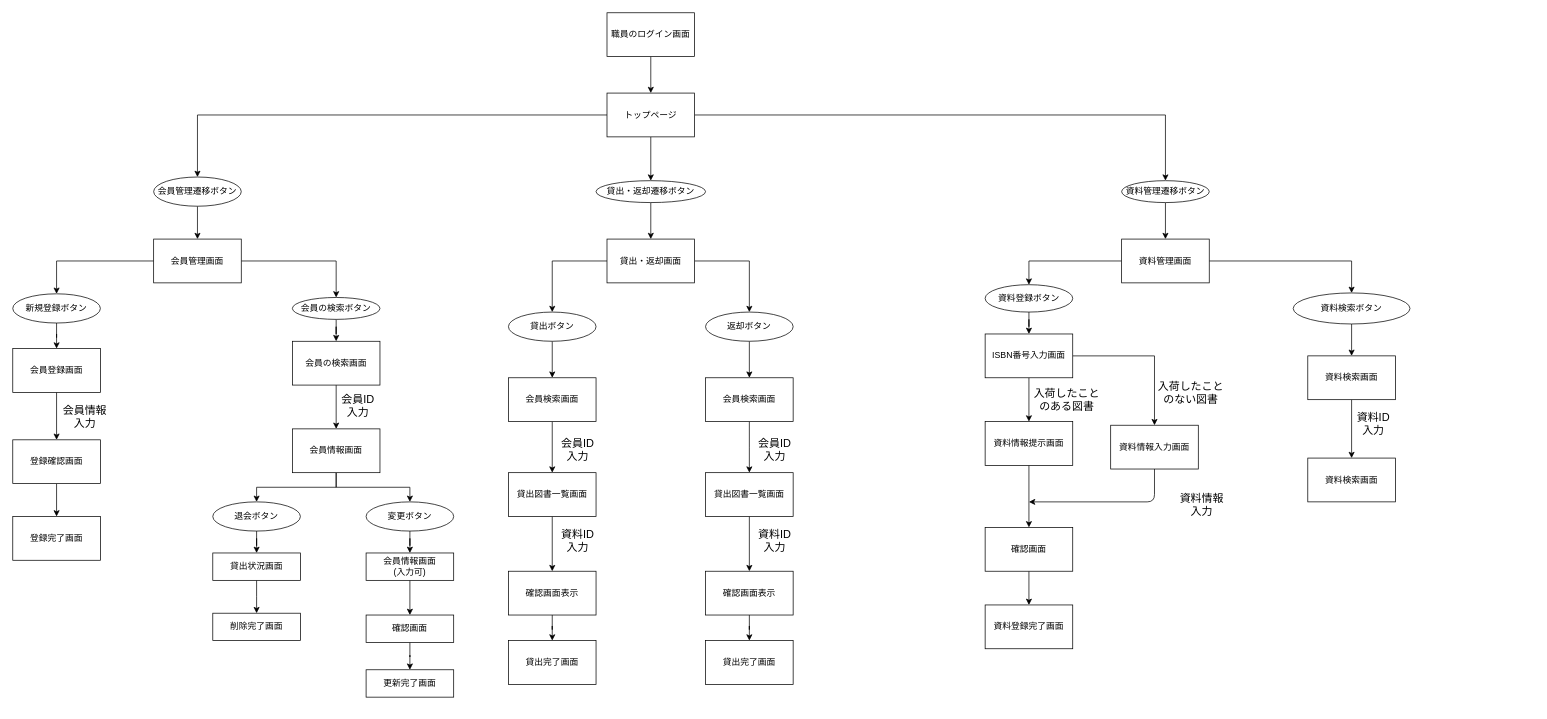
This is 開発演習ドキュメント/図書管理システム/成果物テンプレート/20_外部設計/画面遷移図.drawio from LovesPython/LibraryManagementSystem, a draw.io file, before an edit. Source tidied: cells renumbered, new cells numbered last; positions are measured from the earlier drawing's top-left corner, leaving out a move shared by most shapes. Both pictures are drawn from the tidied source at 73%, with x=0, y=0 at pixel (12, 12).
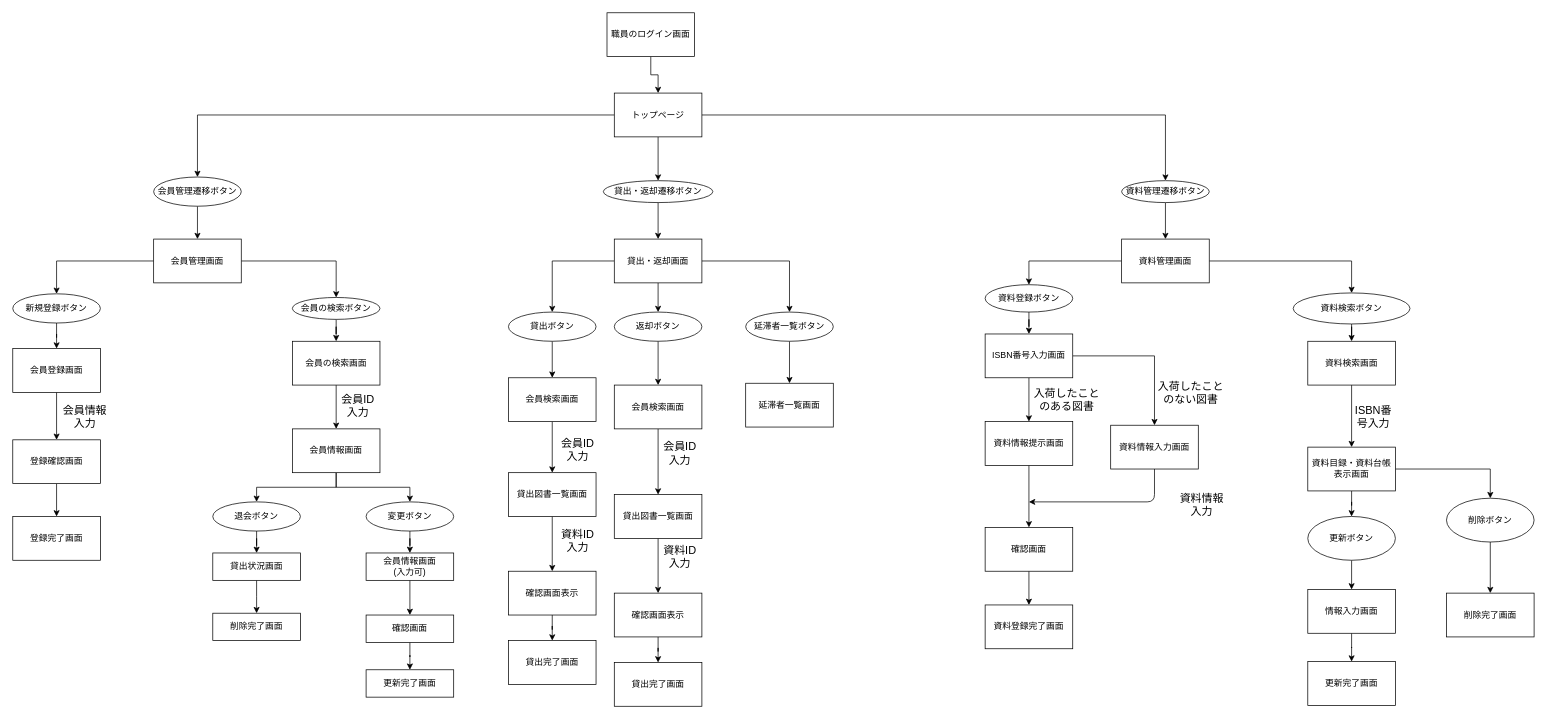
The same page after the edit.

Commit message:
画面遷移図完成0615/11:57

Diff of the diagram source:
```diff
@@
     <mxCell id="5" value="トップページ" style="rounded=0;whiteSpace=wrap;html=1;" parent="1" vertex="1">
-      <mxGeometry x="814" y="110" width="120" height="60" as="geometry" />
+      <mxGeometry x="824" y="110" width="120" height="60" as="geometry" />
     </mxCell>
@@
     <mxCell id="11" value="貸出・返却遷移ボタン" style="ellipse;whiteSpace=wrap;html=1;rounded=0;" parent="1" vertex="1">
-      <mxGeometry x="799" y="230" width="150" height="30" as="geometry" />
+      <mxGeometry x="809" y="230" width="150" height="30" as="geometry" />
     </mxCell>
@@
+    <mxCell id="94" style="edgeStyle=orthogonalEdgeStyle;rounded=0;jettySize=auto;html=1;" parent="1" edge="1" source="14" target="106">
+      <mxGeometry relative="1" as="geometry" />
+    </mxCell>
     <mxCell id="14" value="貸出・返却画面" style="whiteSpace=wrap;html=1;rounded=0;" parent="1" vertex="1">
-      <mxGeometry x="814" y="310" width="120" height="60" as="geometry" />
+      <mxGeometry x="824" y="310" width="120" height="60" as="geometry" />
     </mxCell>
@@
     <mxCell id="30" value="返却ボタン" style="ellipse;whiteSpace=wrap;html=1;rounded=0;" parent="1" vertex="1">
-      <mxGeometry x="949" y="410" width="120" height="40" as="geometry" />
+      <mxGeometry x="824" y="410" width="120" height="40" as="geometry" />
     </mxCell>
@@
     <mxCell id="43" value="資料検索画面" style="whiteSpace=wrap;html=1;rounded=0;" parent="1" vertex="1">
-      <mxGeometry x="1774" y="470" width="120" height="60" as="geometry" />
+      <mxGeometry x="1774" y="450" width="120" height="60" as="geometry" />
     </mxCell>
@@
     <mxCell id="60" value="貸出図書一覧画面" style="whiteSpace=wrap;html=1;rounded=0;" parent="1" vertex="1">
-      <mxGeometry x="949" y="630" width="120" height="60" as="geometry" />
+      <mxGeometry x="824" y="660" width="120" height="60" as="geometry" />
     </mxCell>
-    <mxCell id="61" style="edgeStyle=orthogonalEdgeStyle;rounded=0;jettySize=auto;html=1;" parent="1" edge="1" source="62">
-      <mxGeometry relative="1" as="geometry">
-        <mxPoint x="1009" y="630" as="targetPoint" />
-      </mxGeometry>
+    <mxCell id="61" style="edgeStyle=orthogonalEdgeStyle;rounded=0;jettySize=auto;html=1;exitX=0.5;exitY=1;exitDx=0;exitDy=0;entryX=0.5;entryY=0;entryDx=0;entryDy=0;" parent="1" edge="1" source="62" target="60">
+      <mxGeometry relative="1" as="geometry" />
     </mxCell>
     <mxCell id="62" value="会員検索画面" style="whiteSpace=wrap;html=1;rounded=0;" parent="1" vertex="1">
-      <mxGeometry x="949" y="500" width="120" height="60" as="geometry" />
+      <mxGeometry x="824" y="510" width="120" height="60" as="geometry" />
     </mxCell>
     <mxCell id="63" value="&lt;font style=&quot;font-size: 15px&quot;&gt;会員ID入力&lt;/font&gt;" style="text;html=1;strokeColor=none;fillColor=none;align=center;verticalAlign=middle;whiteSpace=wrap;rounded=0;" parent="1" vertex="1">
-      <mxGeometry x="1014" y="565" width="60" height="65" as="geometry" />
+      <mxGeometry x="884" y="570" width="60" height="65" as="geometry" />
     </mxCell>
@@
     <mxCell id="65" value="確認画面表示" style="whiteSpace=wrap;html=1;rounded=0;" parent="1" vertex="1">
-      <mxGeometry x="949" y="765" width="120" height="60" as="geometry" />
+      <mxGeometry x="824" y="795" width="120" height="60" as="geometry" />
     </mxCell>
     <mxCell id="66" value="&lt;font style=&quot;font-size: 15px&quot;&gt;資料ID入力&lt;/font&gt;" style="text;html=1;strokeColor=none;fillColor=none;align=center;verticalAlign=middle;whiteSpace=wrap;rounded=0;" parent="1" vertex="1">
-      <mxGeometry x="1014" y="690" width="60" height="65" as="geometry" />
+      <mxGeometry x="884" y="712.5" width="60" height="65" as="geometry" />
     </mxCell>
     <mxCell id="67" value="貸出完了画面" style="whiteSpace=wrap;html=1;rounded=0;" parent="1" vertex="1">
-      <mxGeometry x="949" y="860" width="120" height="60" as="geometry" />
+      <mxGeometry x="824" y="890" width="120" height="60" as="geometry" />
     </mxCell>
@@
+    <mxCell id="95" style="edgeStyle=orthogonalEdgeStyle;rounded=0;jettySize=auto;html=1;" parent="1" edge="1" source="91" target="101">
+      <mxGeometry relative="1" as="geometry" />
+    </mxCell>
+    <mxCell id="96" style="edgeStyle=orthogonalEdgeStyle;rounded=0;jettySize=auto;html=1;" parent="1" edge="1" source="91" target="103">
+      <mxGeometry relative="1" as="geometry" />
+    </mxCell>
-    <mxCell id="91" value="資料検索画面" style="whiteSpace=wrap;html=1;rounded=0;" parent="1" vertex="1">
-      <mxGeometry x="1774" y="610" width="120" height="60" as="geometry" />
+    <mxCell id="91" value="資料目録・資料台帳&lt;br&gt;表示画面" style="whiteSpace=wrap;html=1;rounded=0;" parent="1" vertex="1">
+      <mxGeometry x="1774" y="595" width="120" height="60" as="geometry" />
     </mxCell>
-    <mxCell id="92" value="&lt;font style=&quot;font-size: 15px&quot;&gt;資料ID入力&lt;/font&gt;" style="text;html=1;strokeColor=none;fillColor=none;align=center;verticalAlign=middle;whiteSpace=wrap;rounded=0;" parent="1" vertex="1">
-      <mxGeometry x="1834" y="530" width="60" height="65" as="geometry" />
+    <mxCell id="92" value="&lt;font style=&quot;font-size: 15px&quot;&gt;ISBN番号入力&lt;/font&gt;" style="text;html=1;strokeColor=none;fillColor=none;align=center;verticalAlign=middle;whiteSpace=wrap;rounded=0;" parent="1" vertex="1">
+      <mxGeometry x="1834" y="520" width="60" height="65" as="geometry" />
     </mxCell>
@@
+    <mxCell id="97" style="edgeStyle=orthogonalEdgeStyle;rounded=0;jettySize=auto;html=1;" parent="1" edge="1" source="98" target="104">
+      <mxGeometry relative="1" as="geometry" />
+    </mxCell>
+    <mxCell id="98" value="情報入力画面" style="whiteSpace=wrap;html=1;rounded=0;" parent="1" vertex="1">
+      <mxGeometry x="1774" y="790" width="120" height="60" as="geometry" />
+    </mxCell>
+    <mxCell id="99" value="削除完了画面" style="whiteSpace=wrap;html=1;rounded=0;" parent="1" vertex="1">
+      <mxGeometry x="1964" y="795" width="120" height="60" as="geometry" />
+    </mxCell>
+    <mxCell id="100" style="edgeStyle=orthogonalEdgeStyle;rounded=0;jettySize=auto;html=1;" parent="1" edge="1" source="101" target="99">
+      <mxGeometry relative="1" as="geometry" />
+    </mxCell>
+    <mxCell id="101" value="削除ボタン" style="ellipse;whiteSpace=wrap;html=1;rounded=0;" parent="1" vertex="1">
+      <mxGeometry x="1964" y="665" width="120" height="60" as="geometry" />
+    </mxCell>
+    <mxCell id="102" style="edgeStyle=orthogonalEdgeStyle;rounded=0;jettySize=auto;html=1;" parent="1" edge="1" source="103" target="98">
+      <mxGeometry relative="1" as="geometry" />
+    </mxCell>
+    <mxCell id="103" value="更新ボタン" style="ellipse;whiteSpace=wrap;html=1;rounded=0;" parent="1" vertex="1">
+      <mxGeometry x="1774" y="690" width="120" height="60" as="geometry" />
+    </mxCell>
+    <mxCell id="104" value="更新完了画面" style="whiteSpace=wrap;html=1;rounded=0;" parent="1" vertex="1">
+      <mxGeometry x="1774" y="888.8" width="120" height="60" as="geometry" />
+    </mxCell>
+    <mxCell id="105" style="edgeStyle=orthogonalEdgeStyle;rounded=0;jettySize=auto;html=1;" parent="1" edge="1" source="106" target="107">
+      <mxGeometry relative="1" as="geometry" />
+    </mxCell>
+    <mxCell id="106" value="延滞者一覧ボタン" style="ellipse;whiteSpace=wrap;html=1;rounded=0;" parent="1" vertex="1">
+      <mxGeometry x="1004" y="410" width="120" height="40" as="geometry" />
+    </mxCell>
+    <mxCell id="107" value="延滞者一覧画面" style="whiteSpace=wrap;html=1;rounded=0;" parent="1" vertex="1">
+      <mxGeometry x="1004" y="507.5" width="120" height="60" as="geometry" />
+    </mxCell>
```
